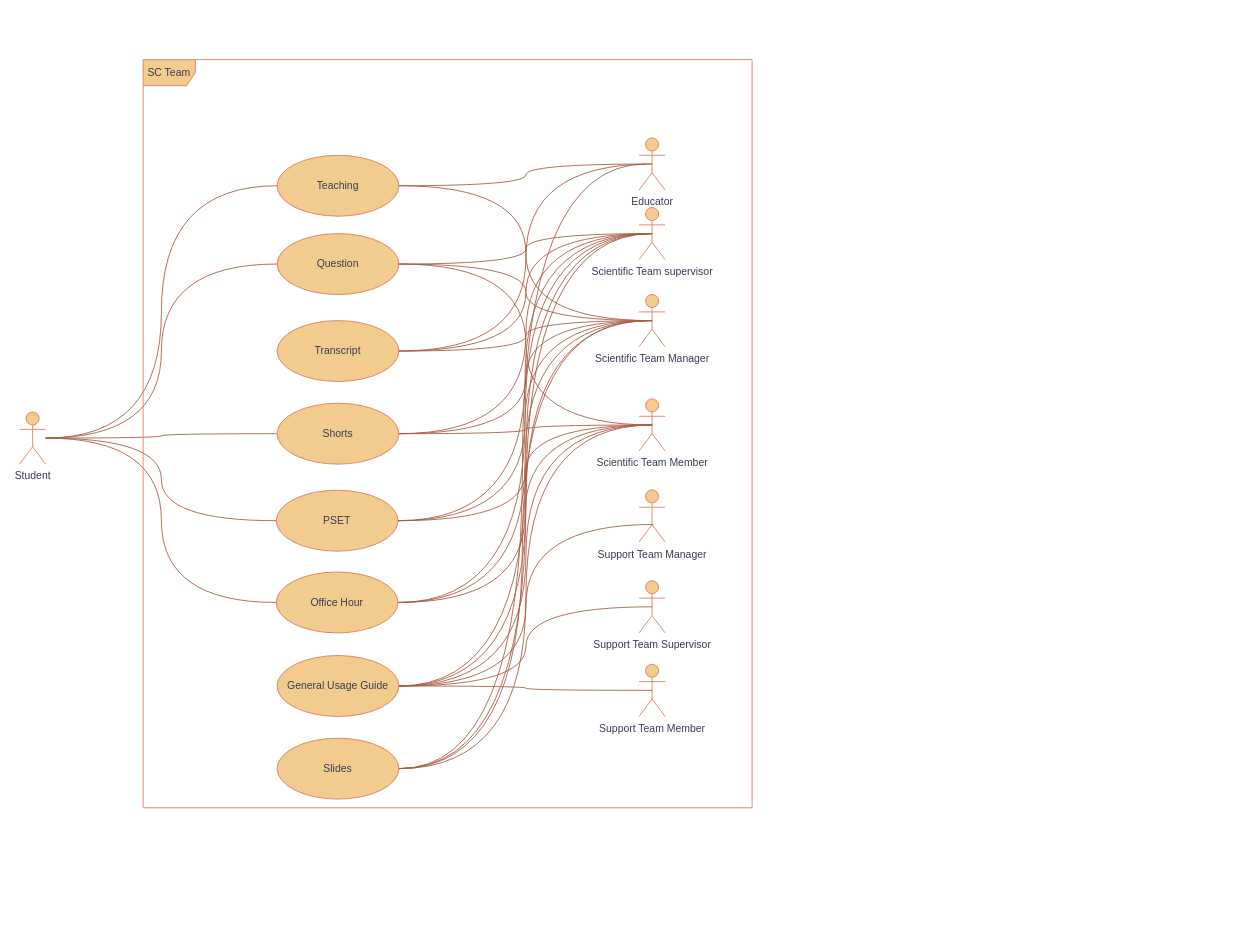
The draw.io diagram xFlow.drawio in Knightsepehr/flowchartz, before the edit. Source tidied: cells renumbered, new cells numbered last; positions are measured from the earlier drawing's top-left corner, leaving out a move shared by most shapes. Both pictures are drawn from the tidied source at 87%, with x=0, y=0 at pixel (19, 59).
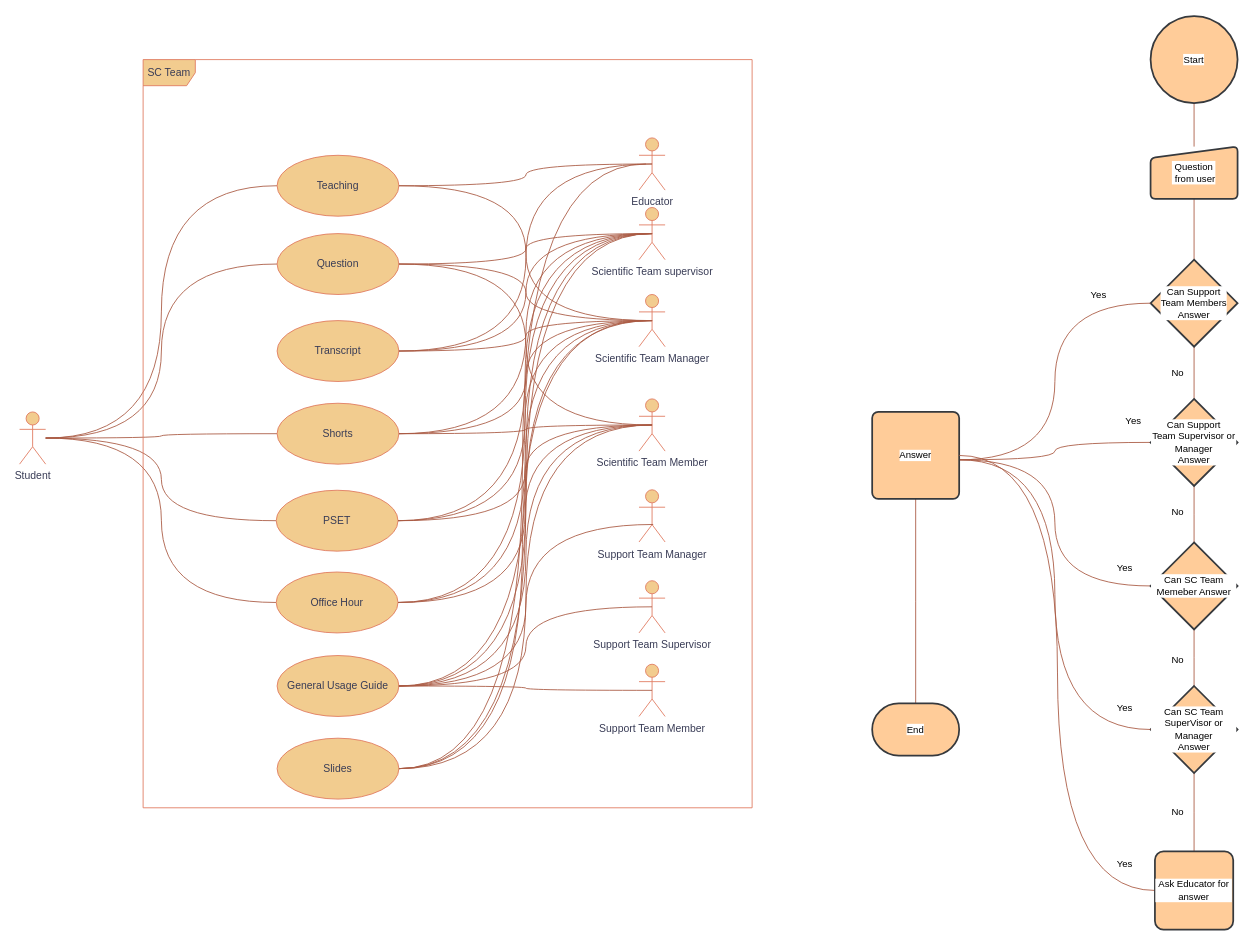
The same diagram, later.

Change to the diagram source:
```diff
@@
+    <mxCell id="51" style="edgeStyle=elbowEdgeStyle;shape=connector;curved=1;rounded=0;jumpStyle=arc;jettySize=auto;html=1;shadow=0;strokeColor=#aa5b43;align=center;verticalAlign=middle;fontFamily=Helvetica;fontSize=11;fontColor=default;labelBackgroundColor=default;endArrow=none;endFill=0;flowAnimation=0;" parent="1" edge="1" source="52" target="54">
+      <mxGeometry relative="1" as="geometry" />
+    </mxCell>
+    <mxCell id="52" value="Start" style="strokeWidth=2;html=1;shape=mxgraph.flowchart.start_2;whiteSpace=wrap;fontFamily=Helvetica;fontSize=11;labelBackgroundColor=default;fillColor=#ffcc99;strokeColor=#36393d;" parent="1" vertex="1">
+      <mxGeometry x="1300" y="-50" width="100" height="100" as="geometry" />
+    </mxCell>
+    <mxCell id="53" style="edgeStyle=elbowEdgeStyle;shape=connector;curved=1;rounded=0;jumpStyle=arc;jettySize=auto;html=1;shadow=0;strokeColor=#aa5b43;align=center;verticalAlign=middle;fontFamily=Helvetica;fontSize=11;fontColor=default;labelBackgroundColor=default;endArrow=none;endFill=0;flowAnimation=0;" parent="1" edge="1" source="54" target="56">
+      <mxGeometry relative="1" as="geometry" />
+    </mxCell>
+    <mxCell id="54" value="Question&lt;div&gt;&amp;nbsp;from user&lt;/div&gt;" style="html=1;strokeWidth=2;shape=manualInput;whiteSpace=wrap;rounded=1;size=13;arcSize=11;fontFamily=Helvetica;fontSize=11;labelBackgroundColor=default;fillColor=#ffcc99;strokeColor=#36393d;" parent="1" vertex="1">
+      <mxGeometry x="1300" y="100" width="100" height="60" as="geometry" />
+    </mxCell>
+    <mxCell id="55" style="edgeStyle=elbowEdgeStyle;shape=connector;curved=1;rounded=0;jumpStyle=arc;jettySize=auto;html=1;shadow=0;strokeColor=#aa5b43;align=center;verticalAlign=middle;fontFamily=Helvetica;fontSize=11;fontColor=default;labelBackgroundColor=default;endArrow=none;endFill=0;flowAnimation=0;" parent="1" edge="1" source="56" target="61">
+      <mxGeometry relative="1" as="geometry" />
+    </mxCell>
+    <mxCell id="56" value="Can Support&lt;div&gt;Team Members&lt;/div&gt;&lt;div&gt;Answer&lt;/div&gt;" style="strokeWidth=2;html=1;shape=mxgraph.flowchart.decision;whiteSpace=wrap;rounded=1;strokeColor=#36393d;align=center;verticalAlign=middle;arcSize=11;fontFamily=Helvetica;fontSize=11;fontColor=default;labelBackgroundColor=default;fillColor=#ffcc99;" parent="1" vertex="1">
+      <mxGeometry x="1300" y="230" width="100" height="100" as="geometry" />
+    </mxCell>
+    <mxCell id="57" style="edgeStyle=elbowEdgeStyle;shape=connector;curved=1;rounded=0;jumpStyle=arc;jettySize=auto;html=1;entryX=1;entryY=0.5;entryDx=0;entryDy=0;entryPerimeter=0;shadow=0;strokeColor=#aa5b43;align=center;verticalAlign=middle;fontFamily=Helvetica;fontSize=11;fontColor=default;labelBackgroundColor=default;endArrow=none;endFill=0;flowAnimation=0;" parent="1" edge="1" source="56">
+      <mxGeometry relative="1" as="geometry">
+        <mxPoint x="1080" y="460" as="targetPoint" />
+      </mxGeometry>
+    </mxCell>
+    <mxCell id="58" value="Yes" style="text;html=1;align=center;verticalAlign=middle;strokeColor=none;fillColor=none;fontFamily=Helvetica;fontSize=11;fontColor=default;labelBackgroundColor=default;" parent="1" vertex="1">
+      <mxGeometry x="1220" y="255" width="40" height="30" as="geometry" />
+    </mxCell>
+    <mxCell id="59" style="edgeStyle=elbowEdgeStyle;shape=connector;curved=1;rounded=0;jumpStyle=arc;jettySize=auto;html=1;shadow=0;strokeColor=#aa5b43;align=center;verticalAlign=middle;fontFamily=Helvetica;fontSize=11;fontColor=default;labelBackgroundColor=default;endArrow=none;endFill=0;flowAnimation=0;" parent="1" edge="1" source="61">
+      <mxGeometry relative="1" as="geometry">
+        <mxPoint x="1080" y="460" as="targetPoint" />
+      </mxGeometry>
+    </mxCell>
+    <mxCell id="60" style="edgeStyle=elbowEdgeStyle;shape=connector;curved=1;rounded=0;jumpStyle=arc;jettySize=auto;html=1;shadow=0;strokeColor=#aa5b43;align=center;verticalAlign=middle;fontFamily=Helvetica;fontSize=11;fontColor=default;labelBackgroundColor=default;endArrow=none;endFill=0;flowAnimation=0;" parent="1" edge="1" source="61" target="66">
+      <mxGeometry relative="1" as="geometry" />
+    </mxCell>
+    <mxCell id="61" value="Can Support&lt;div&gt;Team Supervisor or Manager&lt;/div&gt;&lt;div&gt;Answer&lt;/div&gt;" style="strokeWidth=2;html=1;shape=mxgraph.flowchart.decision;whiteSpace=wrap;rounded=1;strokeColor=#36393d;align=center;verticalAlign=middle;arcSize=11;fontFamily=Helvetica;fontSize=11;fontColor=default;labelBackgroundColor=default;fillColor=#ffcc99;" parent="1" vertex="1">
+      <mxGeometry x="1300" y="390" width="100" height="100" as="geometry" />
+    </mxCell>
+    <mxCell id="62" value="No" style="text;html=1;align=center;verticalAlign=middle;strokeColor=none;fillColor=none;fontFamily=Helvetica;fontSize=11;fontColor=default;labelBackgroundColor=default;" parent="1" vertex="1">
+      <mxGeometry x="1311" y="345" width="40" height="30" as="geometry" />
+    </mxCell>
+    <mxCell id="63" value="Yes" style="text;html=1;align=center;verticalAlign=middle;strokeColor=none;fillColor=none;fontFamily=Helvetica;fontSize=11;fontColor=default;labelBackgroundColor=default;" parent="1" vertex="1">
+      <mxGeometry x="1260" y="400" width="40" height="30" as="geometry" />
+    </mxCell>
+    <mxCell id="64" style="edgeStyle=elbowEdgeStyle;shape=connector;curved=1;rounded=0;jumpStyle=arc;jettySize=auto;html=1;shadow=0;strokeColor=#aa5b43;align=center;verticalAlign=middle;fontFamily=Helvetica;fontSize=11;fontColor=default;labelBackgroundColor=default;endArrow=none;endFill=0;flowAnimation=0;" parent="1" edge="1" source="66">
+      <mxGeometry relative="1" as="geometry">
+        <mxPoint x="1080" y="460" as="targetPoint" />
+      </mxGeometry>
+    </mxCell>
+    <mxCell id="65" style="edgeStyle=elbowEdgeStyle;shape=connector;curved=1;rounded=0;jumpStyle=arc;jettySize=auto;html=1;shadow=0;strokeColor=#aa5b43;align=center;verticalAlign=middle;fontFamily=Helvetica;fontSize=11;fontColor=default;labelBackgroundColor=default;endArrow=none;endFill=0;flowAnimation=0;" parent="1" edge="1" source="66" target="70">
+      <mxGeometry relative="1" as="geometry" />
+    </mxCell>
+    <mxCell id="66" value="Can SC Team Memeber Answer" style="strokeWidth=2;html=1;shape=mxgraph.flowchart.decision;whiteSpace=wrap;rounded=1;strokeColor=#36393d;align=center;verticalAlign=middle;arcSize=11;fontFamily=Helvetica;fontSize=11;fontColor=default;labelBackgroundColor=default;fillColor=#ffcc99;" parent="1" vertex="1">
+      <mxGeometry x="1300" y="555" width="100" height="100" as="geometry" />
+    </mxCell>
+    <mxCell id="67" value="No" style="text;html=1;align=center;verticalAlign=middle;strokeColor=none;fillColor=none;fontFamily=Helvetica;fontSize=11;fontColor=default;labelBackgroundColor=default;" parent="1" vertex="1">
+      <mxGeometry x="1311" y="505" width="40" height="30" as="geometry" />
+    </mxCell>
+    <mxCell id="68" value="Yes" style="text;html=1;align=center;verticalAlign=middle;strokeColor=none;fillColor=none;fontFamily=Helvetica;fontSize=11;fontColor=default;labelBackgroundColor=default;" parent="1" vertex="1">
+      <mxGeometry x="1250" y="569" width="40" height="30" as="geometry" />
+    </mxCell>
+    <mxCell id="69" style="edgeStyle=elbowEdgeStyle;shape=connector;curved=1;rounded=0;jumpStyle=arc;jettySize=auto;html=1;shadow=0;strokeColor=#aa5b43;align=center;verticalAlign=middle;fontFamily=Helvetica;fontSize=11;fontColor=default;labelBackgroundColor=default;endArrow=none;endFill=0;flowAnimation=0;" parent="1" edge="1" source="70" target="78">
+      <mxGeometry relative="1" as="geometry" />
+    </mxCell>
+    <mxCell id="70" value="Can SC Team SuperVisor or Manager&lt;div&gt;Answer&lt;/div&gt;" style="strokeWidth=2;html=1;shape=mxgraph.flowchart.decision;whiteSpace=wrap;rounded=1;strokeColor=#36393d;align=center;verticalAlign=middle;arcSize=11;fontFamily=Helvetica;fontSize=11;fontColor=default;labelBackgroundColor=default;fillColor=#ffcc99;" parent="1" vertex="1">
+      <mxGeometry x="1300" y="720" width="100" height="100" as="geometry" />
+    </mxCell>
+    <mxCell id="71" value="No" style="text;html=1;align=center;verticalAlign=middle;strokeColor=none;fillColor=none;fontFamily=Helvetica;fontSize=11;fontColor=default;labelBackgroundColor=default;" parent="1" vertex="1">
+      <mxGeometry x="1311" y="675" width="40" height="30" as="geometry" />
+    </mxCell>
+    <mxCell id="72" style="edgeStyle=elbowEdgeStyle;shape=connector;curved=1;rounded=0;jumpStyle=arc;jettySize=auto;html=1;entryX=1;entryY=0.5;entryDx=0;entryDy=0;entryPerimeter=0;shadow=0;strokeColor=#aa5b43;align=center;verticalAlign=middle;fontFamily=Helvetica;fontSize=11;fontColor=default;labelBackgroundColor=default;endArrow=none;endFill=0;flowAnimation=0;" parent="1" edge="1" source="70">
+      <mxGeometry relative="1" as="geometry">
+        <mxPoint x="1080" y="460" as="targetPoint" />
+      </mxGeometry>
+    </mxCell>
+    <mxCell id="73" value="Yes" style="text;html=1;align=center;verticalAlign=middle;strokeColor=none;fillColor=none;fontFamily=Helvetica;fontSize=11;fontColor=default;labelBackgroundColor=default;" parent="1" vertex="1">
+      <mxGeometry x="1250" y="730" width="40" height="30" as="geometry" />
+    </mxCell>
+    <mxCell id="74" style="edgeStyle=elbowEdgeStyle;shape=connector;curved=1;rounded=0;jumpStyle=arc;jettySize=auto;html=1;shadow=0;strokeColor=#aa5b43;align=center;verticalAlign=middle;fontFamily=Helvetica;fontSize=11;fontColor=default;labelBackgroundColor=default;endArrow=none;endFill=0;flowAnimation=0;" parent="1" edge="1" source="75" target="76">
+      <mxGeometry relative="1" as="geometry" />
+    </mxCell>
+    <mxCell id="75" value="Answer" style="rounded=1;whiteSpace=wrap;html=1;absoluteArcSize=1;arcSize=14;strokeWidth=2;strokeColor=#36393d;align=center;verticalAlign=middle;fontFamily=Helvetica;fontSize=11;fontColor=default;labelBackgroundColor=default;fillColor=#ffcc99;fixDash=0;" parent="1" vertex="1">
+      <mxGeometry x="980" y="405" width="100" height="100" as="geometry" />
+    </mxCell>
+    <mxCell id="76" value="End" style="strokeWidth=2;html=1;shape=mxgraph.flowchart.terminator;whiteSpace=wrap;rounded=1;strokeColor=#36393d;align=center;verticalAlign=middle;arcSize=11;fontFamily=Helvetica;fontSize=11;fontColor=default;labelBackgroundColor=default;fillColor=#ffcc99;" parent="1" vertex="1">
+      <mxGeometry x="980" y="740" width="100" height="60" as="geometry" />
+    </mxCell>
+    <mxCell id="77" style="edgeStyle=elbowEdgeStyle;shape=connector;curved=1;rounded=0;jumpStyle=arc;jettySize=auto;html=1;entryX=1;entryY=0.5;entryDx=0;entryDy=0;shadow=0;strokeColor=#aa5b43;align=center;verticalAlign=middle;fontFamily=Helvetica;fontSize=11;fontColor=default;labelBackgroundColor=default;endArrow=none;endFill=0;flowAnimation=0;" parent="1" edge="1" source="78" target="75">
+      <mxGeometry relative="1" as="geometry" />
+    </mxCell>
+    <mxCell id="78" value="Ask Educator for answer" style="whiteSpace=wrap;html=1;fontSize=11;fillColor=#ffcc99;strokeColor=#36393d;strokeWidth=2;rounded=1;arcSize=11;labelBackgroundColor=default;" parent="1" vertex="1">
+      <mxGeometry x="1305" y="910" width="90" height="90" as="geometry" />
+    </mxCell>
+    <mxCell id="79" value="Yes" style="text;html=1;align=center;verticalAlign=middle;strokeColor=none;fillColor=none;fontFamily=Helvetica;fontSize=11;fontColor=default;labelBackgroundColor=default;" parent="1" vertex="1">
+      <mxGeometry x="1250" y="910" width="40" height="30" as="geometry" />
+    </mxCell>
+    <mxCell id="80" value="No" style="text;html=1;align=center;verticalAlign=middle;strokeColor=none;fillColor=none;fontFamily=Helvetica;fontSize=11;fontColor=default;labelBackgroundColor=default;" parent="1" vertex="1">
+      <mxGeometry x="1311" y="850" width="40" height="30" as="geometry" />
+    </mxCell>
```
